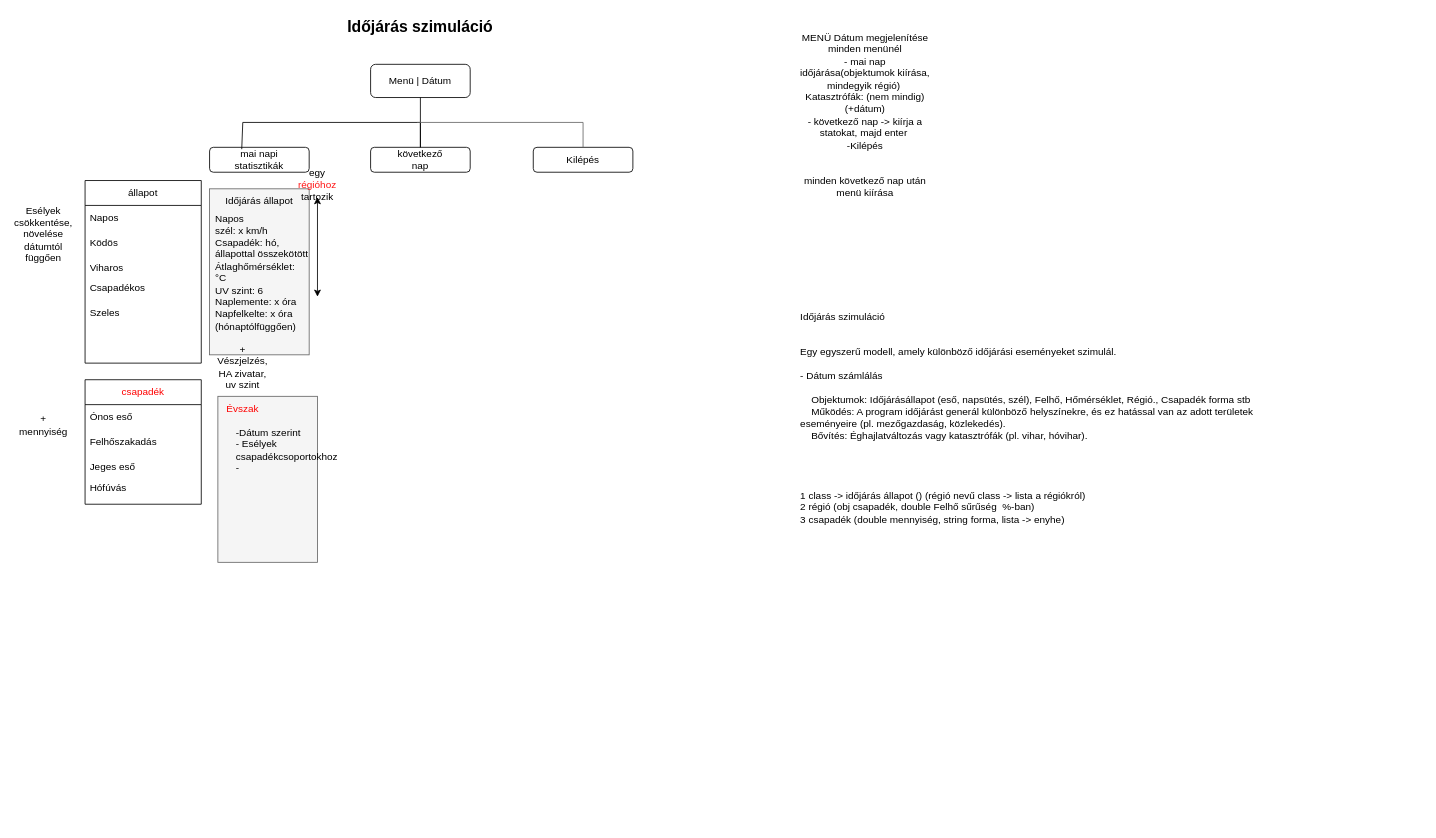
mezeirenata/WeatherSimulation keeps this draw.io diagram as aaft projekt.drawio. Above is the earlier version. Source tidied: cells renumbered, new cells numbered last; positions are measured from the earlier drawing's top-left corner, leaving out a move shared by most shapes. Both pictures are drawn from the tidied source at 83%, with x=0, y=0 at pixel (18, 14).
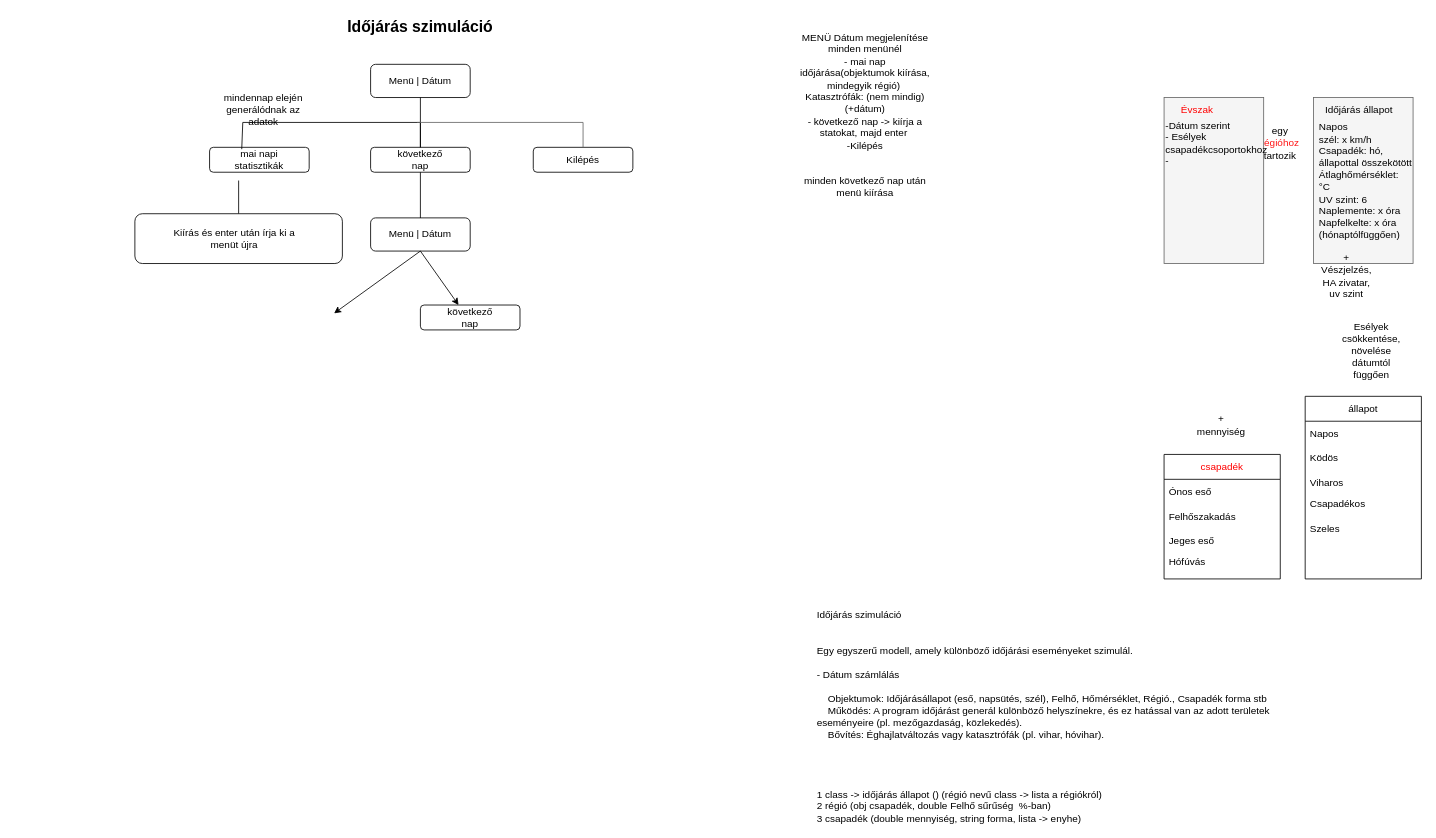
After the change.

The change refers to these unchanged cells:
```xml
<mxCell id="10" value="következő nap" style="text;html=1;align=center;verticalAlign=middle;whiteSpace=wrap;rounded=0;" parent="1" vertex="1">
  <mxGeometry x="446" y="160" width="76" height="30" as="geometry" />
</mxCell>
```

Change to the diagram source:
```diff
@@
     <mxCell id="3" value="Időjárás szimuláció&#10;&#10;&#10;Egy egyszerű modell, amely különböző időjárási eseményeket szimulál.&#10;&#10;- Dátum számlálás&#10;&#10;    Objektumok: Időjárásállapot (eső, napsütés, szél), Felhő, Hőmérséklet, Régió., Csapadék forma stb&#10;    Működés: A program időjárást generál különböző helyszínekre, és ez hatással van az adott területek eseményeire (pl. mezőgazdaság, közlekedés).&#10;    Bővítés: Éghajlatváltozás vagy katasztrófák (pl. vihar, hóvihar).&#10;&#10;&#10;&#10;&#10;1 class -&gt; időjárás állapot () (régió nevű class -&gt; lista a régiókról)&#10;2 régió (obj csapadék, double Felhő sűrűség  %-ban)&#10;3 csapadék (double mennyiség, string forma, lista -&gt; enyhe)" style="text;whiteSpace=wrap;" parent="1" vertex="1">
-      <mxGeometry x="940" y="350" width="560" height="170" as="geometry" />
+      <mxGeometry x="960" y="710" width="560" height="170" as="geometry" />
     </mxCell>
@@
     <mxCell id="14" style="rounded=0;whiteSpace=wrap;html=1;fillColor=#f5f5f5;fontColor=#333333;strokeColor=#666666;" parent="1" vertex="1">
-      <mxGeometry x="230" y="210" width="120" height="200" as="geometry" />
+      <mxGeometry x="1560" y="100" width="120" height="200" as="geometry" />
     </mxCell>
     <mxCell id="15" value="Időjárás állapot" style="text;html=1;align=center;verticalAlign=middle;whiteSpace=wrap;rounded=0;" parent="1" vertex="1">
-      <mxGeometry x="240" y="210" width="100" height="30" as="geometry" />
+      <mxGeometry x="1565" y="100" width="100" height="30" as="geometry" />
     </mxCell>
     <mxCell id="16" value="&lt;div&gt;Napos&lt;/div&gt;szél: x km/h&lt;div&gt;Csapadék: hó, állapottal összekötött&lt;/div&gt;&lt;div&gt;Átlaghőmérséklet: °C&amp;nbsp;&lt;/div&gt;&lt;div&gt;UV szint: 6&lt;/div&gt;&lt;div&gt;Naplemente: x óra&lt;/div&gt;&lt;div&gt;Napfelkelte: x óra (hónaptólfüggően)&lt;/div&gt;&lt;div&gt;&lt;br&gt;&lt;div&gt;&lt;br&gt;&lt;/div&gt;&lt;/div&gt;" style="text;html=1;align=left;verticalAlign=middle;whiteSpace=wrap;rounded=0;" parent="1" vertex="1">
-      <mxGeometry x="235" y="290" width="115" height="70" as="geometry" />
+      <mxGeometry x="1565" y="180" width="115" height="70" as="geometry" />
     </mxCell>
     <mxCell id="17" value="állapot" style="swimlane;fontStyle=0;horizontal=1;startSize=30;whiteSpace=wrap;html=1;" parent="1" vertex="1">
-      <mxGeometry x="80" y="200" width="140" height="220" as="geometry" />
+      <mxGeometry x="1550" y="460" width="140" height="220" as="geometry" />
     </mxCell>
@@
-    <mxCell id="24" style="endArrow=classic;startArrow=classic;html=1;rounded=0;" parent="1" edge="1" target="25">
-      <mxGeometry relative="1" as="geometry">
-        <mxPoint x="360" y="340" as="sourcePoint" />
-      </mxGeometry>
-    </mxCell>
     <mxCell id="25" value="egy &lt;font style=&quot;color: rgb(255, 22, 22);&quot;&gt;régióhoz &lt;/font&gt;tartozik" style="text;html=1;align=center;verticalAlign=middle;whiteSpace=wrap;rounded=0;" parent="1" vertex="1">
-      <mxGeometry x="330" y="190" width="60" height="30" as="geometry" />
+      <mxGeometry x="1490" y="140" width="60" height="30" as="geometry" />
     </mxCell>
     <mxCell id="26" value="Esélyek csökkentése, növelése&lt;div&gt;dátumtól függően&lt;/div&gt;" style="text;html=1;align=center;verticalAlign=middle;whiteSpace=wrap;rounded=0;" parent="1" vertex="1">
-      <mxGeometry y="250" width="60" height="30" as="geometry" />
+      <mxGeometry x="1600" y="390" width="60" height="30" as="geometry" />
     </mxCell>
     <mxCell id="27" value="+ Vészjelzés, HA zivatar, uv szint" style="text;html=1;align=center;verticalAlign=middle;whiteSpace=wrap;rounded=0;" parent="1" vertex="1">
-      <mxGeometry x="240" y="410" width="60" height="30" as="geometry" />
+      <mxGeometry x="1570" y="300" width="60" height="30" as="geometry" />
     </mxCell>
     <mxCell id="28" value="&lt;font style=&quot;color: rgb(255, 0, 0);&quot;&gt;csapadék&lt;/font&gt;" style="swimlane;fontStyle=0;horizontal=1;startSize=30;whiteSpace=wrap;html=1;" parent="1" vertex="1">
-      <mxGeometry x="80" y="440" width="140" height="150" as="geometry" />
+      <mxGeometry x="1380" y="530" width="140" height="150" as="geometry" />
     </mxCell>
@@
     <mxCell id="34" value="+ mennyiség" style="text;html=1;align=center;verticalAlign=middle;whiteSpace=wrap;rounded=0;" parent="1" vertex="1">
-      <mxGeometry y="480" width="60" height="30" as="geometry" />
+      <mxGeometry x="1419" y="480" width="60" height="30" as="geometry" />
     </mxCell>
     <mxCell id="35" style="rounded=0;whiteSpace=wrap;html=1;fillColor=#f5f5f5;fontColor=#333333;strokeColor=#666666;" parent="1" vertex="1">
-      <mxGeometry x="240" y="460" width="120" height="200" as="geometry" />
+      <mxGeometry x="1380" y="100" width="120" height="200" as="geometry" />
     </mxCell>
     <mxCell id="36" value="&lt;font style=&quot;color: rgb(255, 0, 0);&quot;&gt;Évszak&lt;/font&gt;" style="text;html=1;align=center;verticalAlign=middle;whiteSpace=wrap;rounded=0;" parent="1" vertex="1">
-      <mxGeometry x="240" y="460" width="60" height="30" as="geometry" />
+      <mxGeometry x="1390" y="100" width="60" height="30" as="geometry" />
     </mxCell>
     <mxCell id="37" value="-Dátum szerint&lt;div&gt;- Esélyek csapadékcsoportokhoz&lt;/div&gt;&lt;div&gt;-&lt;/div&gt;" style="text;html=1;align=left;verticalAlign=middle;whiteSpace=wrap;rounded=0;" parent="1" vertex="1">
-      <mxGeometry x="260" y="510" width="99" height="30" as="geometry" />
+      <mxGeometry x="1380" y="140" width="99" height="30" as="geometry" />
     </mxCell>
+    <mxCell id="38" style="endArrow=none;html=1;rounded=0;entryX=0.5;entryY=1;entryDx=0;entryDy=0;" parent="1" edge="1" target="10">
+      <mxGeometry relative="1" as="geometry">
+        <mxPoint x="484" y="250" as="sourcePoint" />
+      </mxGeometry>
+    </mxCell>
+    <mxCell id="39" value="Menü | Dátum" style="rounded=1;whiteSpace=wrap;html=1;fontSize=12;glass=0;strokeWidth=1;shadow=0;" parent="1" vertex="1">
+      <mxGeometry x="424" y="245" width="120" height="40" as="geometry" />
+    </mxCell>
+    <mxCell id="40" style="endArrow=none;html=1;rounded=0;" parent="1" edge="1" target="41">
+      <mxGeometry relative="1" as="geometry">
+        <mxPoint x="265" y="200" as="sourcePoint" />
+      </mxGeometry>
+    </mxCell>
+    <mxCell id="41" style="rounded=1;whiteSpace=wrap;html=1;" parent="1" vertex="1">
+      <mxGeometry x="140" y="240" width="250" height="60" as="geometry" />
+    </mxCell>
+    <mxCell id="42" value="Kiírás és enter után írja ki a menüt újra" style="text;html=1;align=center;verticalAlign=middle;whiteSpace=wrap;rounded=0;" parent="1" vertex="1">
+      <mxGeometry x="170" y="255" width="180" height="30" as="geometry" />
+    </mxCell>
+    <mxCell id="43" value="mindennap elején generálódnak az adatok" style="text;html=1;align=center;verticalAlign=middle;whiteSpace=wrap;rounded=0;" parent="1" vertex="1">
+      <mxGeometry x="235" y="100" width="120" height="30" as="geometry" />
+    </mxCell>
+    <mxCell id="44" style="endArrow=classic;html=1;rounded=0;exitX=0.5;exitY=1;exitDx=0;exitDy=0;" parent="1" edge="1" source="39">
+      <mxGeometry relative="1" as="geometry">
+        <mxPoint x="380" y="360" as="targetPoint" />
+      </mxGeometry>
+    </mxCell>
+    <mxCell id="45" style="endArrow=classic;html=1;rounded=0;exitX=0.5;exitY=1;exitDx=0;exitDy=0;" parent="1" edge="1" source="39">
+      <mxGeometry relative="1" as="geometry">
+        <mxPoint x="530" y="350" as="targetPoint" />
+      </mxGeometry>
+    </mxCell>
+    <mxCell id="46" style="rounded=1;whiteSpace=wrap;html=1;" parent="1" vertex="1">
+      <mxGeometry x="484" y="350" width="120" height="30" as="geometry" />
+    </mxCell>
+    <mxCell id="47" value="következő nap" style="text;html=1;align=center;verticalAlign=middle;whiteSpace=wrap;rounded=0;" parent="1" vertex="1">
+      <mxGeometry x="506" y="350" width="76" height="30" as="geometry" />
+    </mxCell>
```
